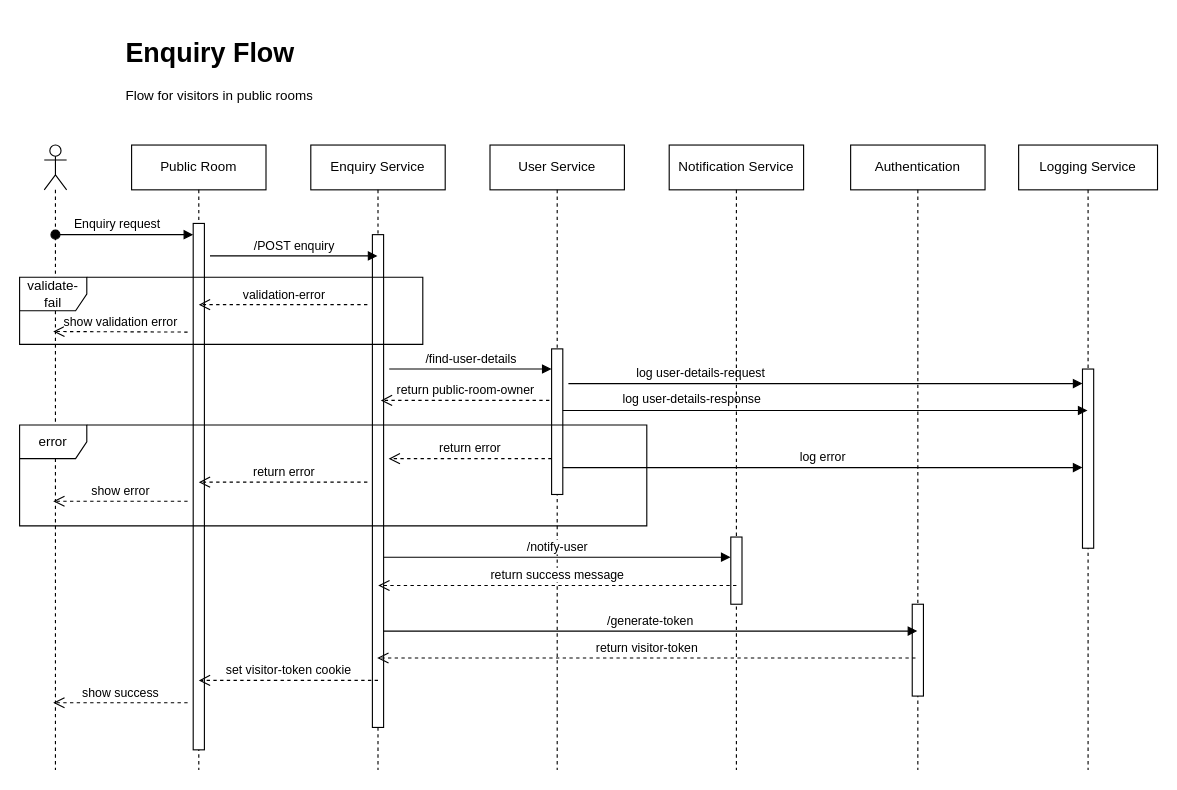
Earlier version of the draw.io diagram page "Enquiry Flow | Visitor" (2 of 5) of docs/assets/Sequence Diagram.drawio (akshayvijaynair/music-academy-docs). Source tidied: cells renumbered, new cells numbered last; positions are measured from the earlier drawing's top-left corner, leaving out a move shared by most shapes. Both pictures are drawn from the tidied source at 112%, with x=0, y=0 at pixel (19, 30).
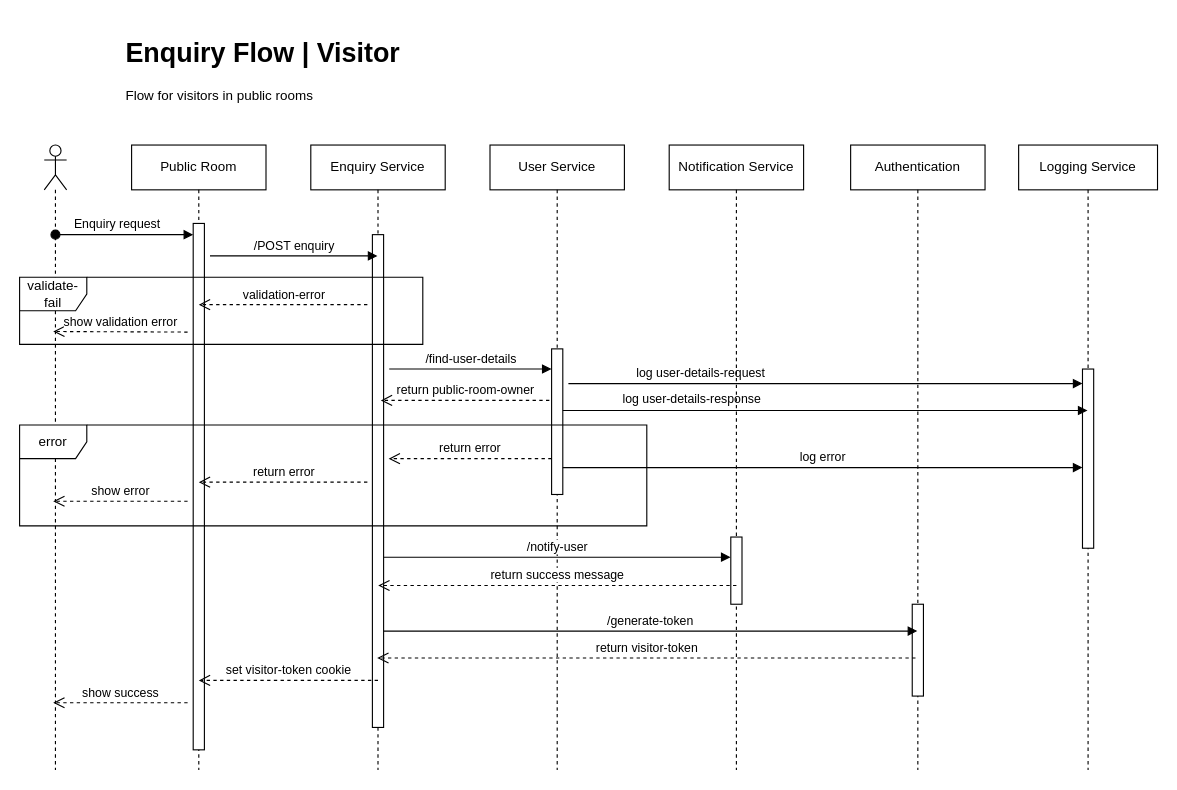
The same diagram, later.

The edit, as a diff of the source:
```diff
@@
-    <mxCell id="8" value="&lt;h1&gt;Enquiry Flow&lt;/h1&gt;&lt;div&gt;Flow for visitors in public rooms&lt;/div&gt;" style="text;html=1;strokeColor=none;fillColor=none;spacing=5;spacingTop=-20;whiteSpace=wrap;overflow=hidden;rounded=0;" parent="1" vertex="1">
+    <mxCell id="8" value="&lt;h1&gt;Enquiry Flow | Visitor&lt;/h1&gt;&lt;div&gt;Flow for visitors in public rooms&lt;/div&gt;" style="text;html=1;strokeColor=none;fillColor=none;spacing=5;spacingTop=-20;whiteSpace=wrap;overflow=hidden;rounded=0;" parent="1" vertex="1">
       <mxGeometry x="90" width="720" height="80" as="geometry" />
     </mxCell>
```
